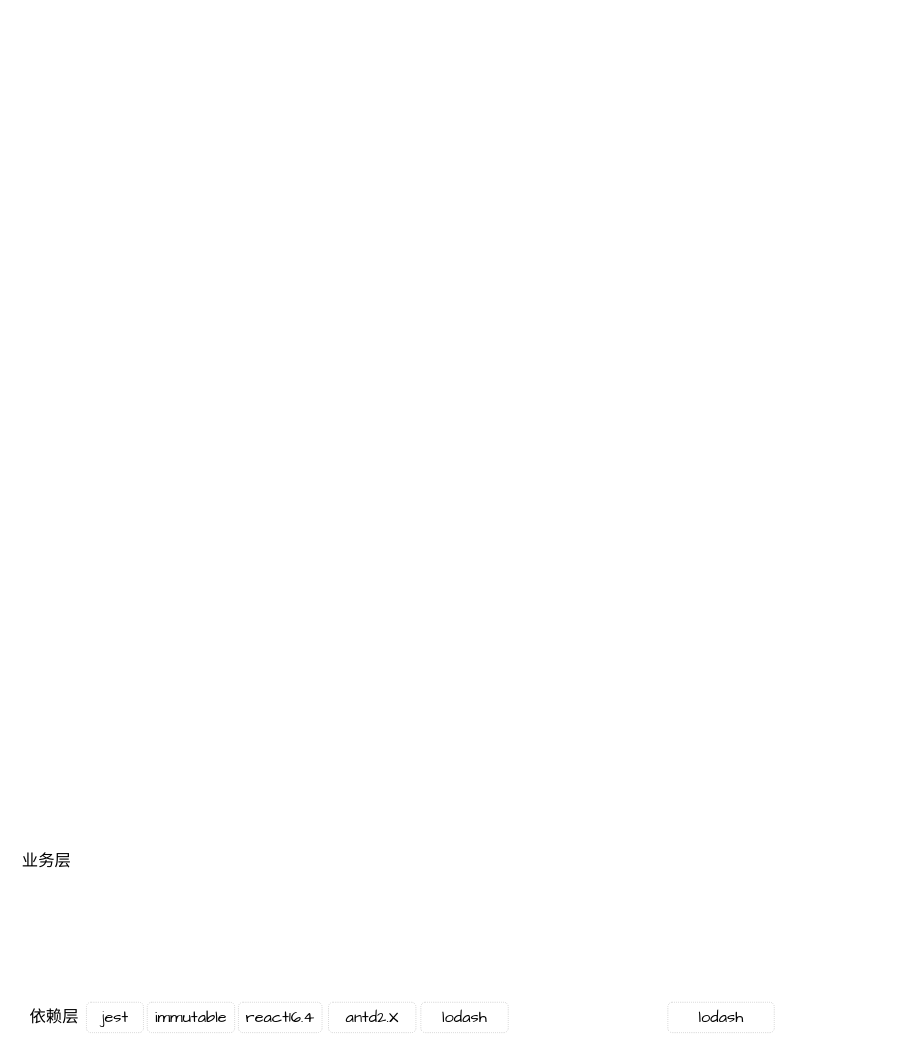
lambGirl/test-utils keeps this draw.io diagram as page "Page-1" (1 of 2) of Untitled Diagram.drawio. Above is the earlier version. Source tidied: cells renumbered, new cells numbered last; positions are measured from the earlier drawing's top-left corner, leaving out a move shared by most shapes. Both pictures are drawn from the tidied source at 38%, with x=0, y=0 at pixel (6, 842).
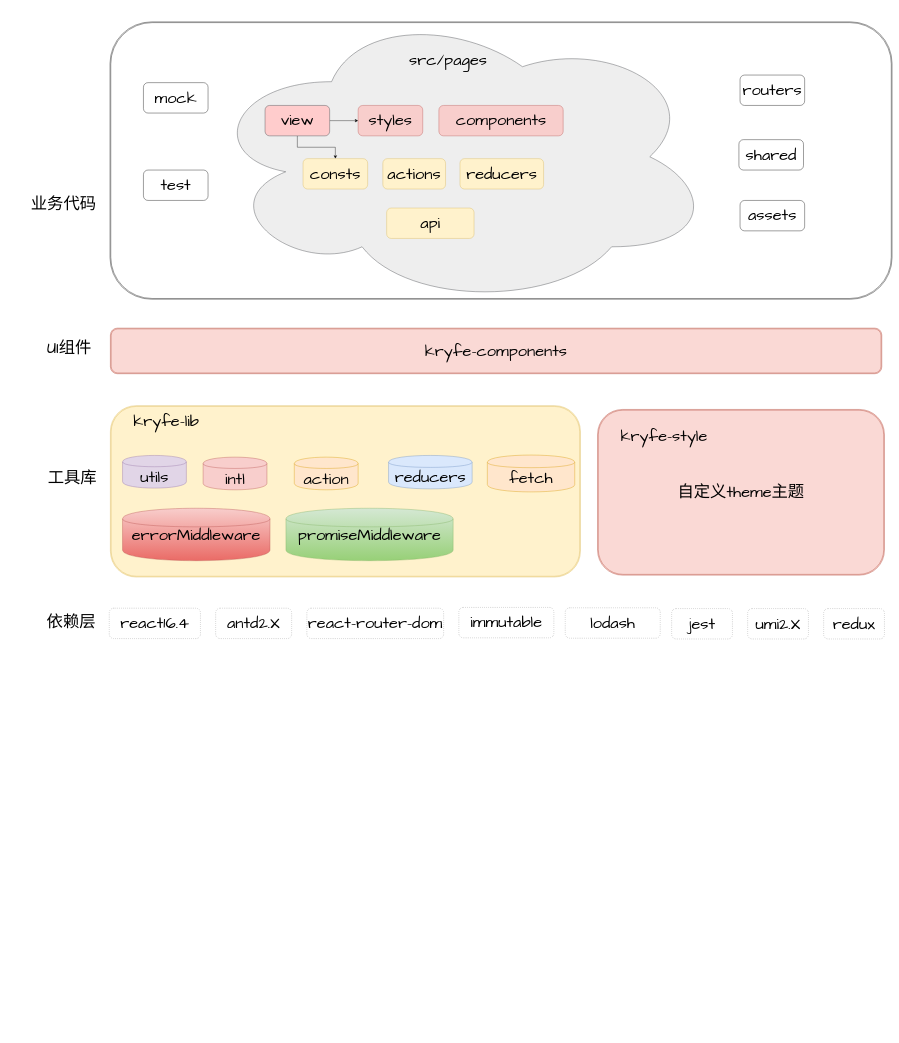
Above is the later version.

Change to the diagram source:
```diff
@@
     <mxCell id="2" value="依赖层" style="text;html=1;strokeColor=none;fillColor=none;align=center;verticalAlign=middle;whiteSpace=wrap;rounded=0;perimeterSpacing=10;fontSize=43;fontFamily=Comic Sans MS;" parent="1" vertex="1">
-      <mxGeometry x="20" y="410" width="210" height="100" as="geometry" />
+      <mxGeometry x="65" y="-629" width="210" height="100" as="geometry" />
     </mxCell>
-    <mxCell id="3" value="业务层" style="text;html=1;strokeColor=none;fillColor=none;align=center;verticalAlign=middle;whiteSpace=wrap;rounded=0;perimeterSpacing=10;fontSize=43;fontFamily=Comic Sans MS;" parent="1" vertex="1">
-      <mxGeometry width="210" height="100" as="geometry" />
+    <mxCell id="3" value="工具库" style="text;html=1;strokeColor=none;fillColor=none;align=center;verticalAlign=middle;whiteSpace=wrap;rounded=0;perimeterSpacing=10;fontSize=43;fontFamily=Comic Sans MS;" parent="1" vertex="1">
+      <mxGeometry x="73" y="-1010" width="200" height="100" as="geometry" />
     </mxCell>
     <mxCell id="4" value="jest" style="shape=ext;rounded=1;html=1;whiteSpace=wrap;dashed=1;dashPattern=1 4;fontFamily=Comic Sans MS;fontSize=43;" parent="1" vertex="1">
-      <mxGeometry x="210" y="420" width="150" height="80" as="geometry" />
+      <mxGeometry x="1750" y="-616" width="160" height="80" as="geometry" />
     </mxCell>
     <mxCell id="5" value="antd2.X" style="shape=ext;rounded=1;html=1;whiteSpace=wrap;dashed=1;dashPattern=1 4;fontFamily=Comic Sans MS;fontSize=43;" parent="1" vertex="1">
-      <mxGeometry x="847" y="420" width="230" height="80" as="geometry" />
+      <mxGeometry x="550" y="-617" width="200" height="80" as="geometry" />
     </mxCell>
     <mxCell id="6" value="react16.4" style="shape=ext;rounded=1;html=1;whiteSpace=wrap;dashed=1;dashPattern=1 4;fontFamily=Comic Sans MS;fontSize=43;" parent="1" vertex="1">
-      <mxGeometry x="610" y="420" width="220" height="80" as="geometry" />
+      <mxGeometry x="270" y="-617" width="240" height="80" as="geometry" />
     </mxCell>
     <mxCell id="7" value="immutable" style="shape=ext;rounded=1;html=1;whiteSpace=wrap;dashed=1;dashPattern=1 4;fontFamily=Comic Sans MS;fontSize=43;" parent="1" vertex="1">
-      <mxGeometry x="370" y="420" width="230" height="80" as="geometry" />
+      <mxGeometry x="1190" y="-619" width="250" height="80" as="geometry" />
     </mxCell>
     <mxCell id="8" value="lodash" style="shape=ext;rounded=1;html=1;whiteSpace=wrap;dashed=1;dashPattern=1 4;fontFamily=Comic Sans MS;fontSize=43;" parent="1" vertex="1">
-      <mxGeometry x="1090" y="420" width="230" height="80" as="geometry" />
+      <mxGeometry x="1470" y="-618" width="250" height="80" as="geometry" />
     </mxCell>
-    <mxCell id="9" value="lodash" style="shape=ext;rounded=1;html=1;whiteSpace=wrap;dashed=1;dashPattern=1 4;fontFamily=Comic Sans MS;fontSize=43;" parent="1" vertex="1">
-      <mxGeometry x="1740" y="420" width="280" height="80" as="geometry" />
+    <mxCell id="9" value="react-router-dom" style="shape=ext;rounded=1;html=1;whiteSpace=wrap;dashed=1;dashPattern=1 4;fontFamily=Comic Sans MS;fontSize=43;" parent="1" vertex="1">
+      <mxGeometry x="790" y="-617" width="360" height="80" as="geometry" />
     </mxCell>
+    <mxCell id="10" value="umi2.X" style="shape=ext;rounded=1;html=1;whiteSpace=wrap;dashed=1;dashPattern=1 4;fontFamily=Comic Sans MS;fontSize=43;" parent="1" vertex="1">
+      <mxGeometry x="1950" y="-616" width="160" height="80" as="geometry" />
+    </mxCell>
+    <mxCell id="11" value="redux" style="shape=ext;rounded=1;html=1;whiteSpace=wrap;dashed=1;dashPattern=1 4;fontFamily=Comic Sans MS;fontSize=43;" parent="1" vertex="1">
+      <mxGeometry x="2150" y="-616" width="160" height="80" as="geometry" />
+    </mxCell>
+    <mxCell id="12" style="shape=ext;rounded=1;double=1;fontFamily=Comic Sans MS;fontSize=43;labelBackgroundColor=none;labelBorderColor=none;fillColor=#fff2cc;strokeColor=#D6B656;" parent="1" vertex="1">
+      <mxGeometry x="273" y="-1150" width="1237" height="451" as="geometry" />
+    </mxCell>
+    <mxCell id="13" value="自定义theme主题" style="shape=ext;rounded=1;html=1;whiteSpace=wrap;double=1;fontFamily=Comic Sans MS;fontSize=43;fillColor=#fad9d5;strokeColor=#ae4132;" parent="1" vertex="1">
+      <mxGeometry x="1555" y="-1140" width="755" height="436" as="geometry" />
+    </mxCell>
+    <mxCell id="14" value="kryfe-lib" style="text;html=1;strokeColor=none;fillColor=none;align=center;verticalAlign=middle;whiteSpace=wrap;rounded=0;fontFamily=Comic Sans MS;fontSize=43;" parent="1" vertex="1">
+      <mxGeometry x="285" y="-1120" width="270" height="20" as="geometry" />
+    </mxCell>
+    <mxCell id="15" value="kryfe-style" style="text;html=1;strokeColor=none;fillColor=none;align=center;verticalAlign=middle;whiteSpace=wrap;rounded=0;fontFamily=Comic Sans MS;fontSize=43;" parent="1" vertex="1">
+      <mxGeometry x="1595" y="-1080" width="270" height="20" as="geometry" />
+    </mxCell>
+    <mxCell id="16" value="utils" style="shape=cylinder;whiteSpace=wrap;html=1;boundedLbl=1;backgroundOutline=1;fontFamily=Comic Sans MS;fontSize=43;verticalAlign=top;strokeWidth=1;fillColor=#e1d5e7;strokeColor=#9673a6;" parent="1" vertex="1">
+      <mxGeometry x="305" y="-1019" width="168" height="86" as="geometry" />
+    </mxCell>
+    <mxCell id="17" value="intl" style="shape=cylinder;whiteSpace=wrap;html=1;boundedLbl=1;backgroundOutline=1;fontFamily=Comic Sans MS;fontSize=43;verticalAlign=top;strokeWidth=1;fillColor=#f8cecc;strokeColor=#b85450;" parent="1" vertex="1">
+      <mxGeometry x="517" y="-1014.5" width="168" height="86" as="geometry" />
+    </mxCell>
+    <mxCell id="18" value="action" style="shape=cylinder;whiteSpace=wrap;html=1;boundedLbl=1;backgroundOutline=1;fontFamily=Comic Sans MS;fontSize=43;verticalAlign=top;strokeWidth=1;fillColor=#ffe6cc;strokeColor=#d79b00;" parent="1" vertex="1">
+      <mxGeometry x="757" y="-1014.5" width="168" height="86" as="geometry" />
+    </mxCell>
+    <mxCell id="19" value="reducers" style="shape=cylinder;whiteSpace=wrap;html=1;boundedLbl=1;backgroundOutline=1;fontFamily=Comic Sans MS;fontSize=43;verticalAlign=top;strokeWidth=1;fillColor=#dae8fc;strokeColor=#6c8ebf;" parent="1" vertex="1">
+      <mxGeometry x="1005" y="-1019" width="220" height="88" as="geometry" />
+    </mxCell>
+    <mxCell id="20" value="fetch" style="shape=cylinder;whiteSpace=wrap;html=1;boundedLbl=1;backgroundOutline=1;fontFamily=Comic Sans MS;fontSize=43;verticalAlign=top;strokeWidth=1;fillColor=#ffe6cc;strokeColor=#d79b00;" parent="1" vertex="1">
+      <mxGeometry x="1265" y="-1020" width="230" height="97" as="geometry" />
+    </mxCell>
+    <mxCell id="21" value="errorMiddleware" style="shape=cylinder;whiteSpace=wrap;html=1;boundedLbl=1;backgroundOutline=1;fontFamily=Comic Sans MS;fontSize=43;verticalAlign=top;strokeWidth=1;fillColor=#f8cecc;strokeColor=#b85450;gradientColor=#ea6b66;" parent="1" vertex="1">
+      <mxGeometry x="305" y="-880" width="388" height="138" as="geometry" />
+    </mxCell>
+    <mxCell id="22" value="promiseMiddleware" style="shape=cylinder;whiteSpace=wrap;html=1;boundedLbl=1;backgroundOutline=1;fontFamily=Comic Sans MS;fontSize=43;verticalAlign=top;strokeWidth=1;fillColor=#d5e8d4;strokeColor=#82b366;gradientColor=#97d077;" parent="1" vertex="1">
+      <mxGeometry x="735" y="-880" width="440" height="138" as="geometry" />
+    </mxCell>
+    <mxCell id="23" value="UI组件" style="text;html=1;strokeColor=none;fillColor=none;align=center;verticalAlign=middle;whiteSpace=wrap;rounded=0;perimeterSpacing=10;fontSize=43;fontFamily=Comic Sans MS;" parent="1" vertex="1">
+      <mxGeometry x="65" y="-1350" width="200" height="100" as="geometry" />
+    </mxCell>
+    <mxCell id="24" value="&lt;span&gt;kryfe-components&lt;/span&gt;" style="shape=ext;rounded=1;html=1;whiteSpace=wrap;double=1;fontFamily=Comic Sans MS;fontSize=43;fillColor=#fad9d5;strokeColor=#ae4132;" parent="1" vertex="1">
+      <mxGeometry x="273" y="-1354" width="2030" height="120" as="geometry" />
+    </mxCell>
+    <mxCell id="25" value="业务代码" style="text;html=1;strokeColor=none;fillColor=none;align=center;verticalAlign=middle;whiteSpace=wrap;rounded=0;perimeterSpacing=10;fontSize=43;fontFamily=Comic Sans MS;" parent="1" vertex="1">
+      <mxGeometry x="50" y="-1730" width="200" height="100" as="geometry" />
+    </mxCell>
+    <mxCell id="26" style="shape=ext;rounded=1;html=1;whiteSpace=wrap;double=1;fontFamily=Comic Sans MS;fontSize=43;fillColor=none;" parent="1" vertex="1">
+      <mxGeometry x="272" y="-2160" width="2058" height="730" as="geometry" />
+    </mxCell>
+    <mxCell id="27" value="&lt;font color=&quot;#000000&quot;&gt;mock&lt;/font&gt;" style="rounded=1;whiteSpace=wrap;html=1;labelBackgroundColor=none;fontFamily=Comic Sans MS;fontSize=43;" parent="1" vertex="1">
+      <mxGeometry x="360" y="-2000" width="170" height="80" as="geometry" />
+    </mxCell>
+    <mxCell id="28" value="test" style="rounded=1;whiteSpace=wrap;html=1;labelBackgroundColor=none;fontFamily=Comic Sans MS;fontSize=43;" parent="1" vertex="1">
+      <mxGeometry x="360" y="-1770" width="170" height="80" as="geometry" />
+    </mxCell>
+    <mxCell id="29" style="ellipse;shape=cloud;whiteSpace=wrap;html=1;labelBackgroundColor=none;strokeColor=#36393d;fontFamily=Comic Sans MS;fontSize=43;fillColor=#eeeeee;" parent="1" vertex="1">
+      <mxGeometry x="520" y="-2200" width="1340" height="790" as="geometry" />
+    </mxCell>
+    <mxCell id="30" style="edgeStyle=orthogonalEdgeStyle;rounded=0;jettySize=auto;html=1;fontFamily=Comic Sans MS;fontSize=43;fontColor=#FAFFFD;" parent="1" edge="1" source="32" target="36">
+      <mxGeometry relative="1" as="geometry" />
+    </mxCell>
+    <mxCell id="31" style="edgeStyle=orthogonalEdgeStyle;rounded=0;jettySize=auto;html=1;fontFamily=Comic Sans MS;fontSize=43;fontColor=#FAFFFD;" parent="1" edge="1" source="32" target="34">
+      <mxGeometry relative="1" as="geometry" />
+    </mxCell>
+    <mxCell id="32" value="view" style="rounded=1;whiteSpace=wrap;html=1;labelBackgroundColor=none;fontFamily=Comic Sans MS;fontSize=43;fillColor=#ffcccc;strokeColor=#36393d;" parent="1" vertex="1">
+      <mxGeometry x="680" y="-1940" width="170" height="80" as="geometry" />
+    </mxCell>
+    <mxCell id="33" value="src/pages" style="text;html=1;strokeColor=none;fillColor=none;align=center;verticalAlign=middle;whiteSpace=wrap;rounded=0;fontFamily=Comic Sans MS;fontSize=43;" parent="1" vertex="1">
+      <mxGeometry x="1027" y="-2070" width="270" height="20" as="geometry" />
+    </mxCell>
+    <mxCell id="34" value="styles" style="rounded=1;whiteSpace=wrap;html=1;labelBackgroundColor=none;fontFamily=Comic Sans MS;fontSize=43;fillColor=#f8cecc;strokeColor=#b85450;" parent="1" vertex="1">
+      <mxGeometry x="925" y="-1940" width="170" height="80" as="geometry" />
+    </mxCell>
+    <mxCell id="35" value="components" style="rounded=1;whiteSpace=wrap;html=1;labelBackgroundColor=none;fontFamily=Comic Sans MS;fontSize=43;fillColor=#f8cecc;strokeColor=#b85450;" parent="1" vertex="1">
+      <mxGeometry x="1137.5" y="-1940" width="327" height="80" as="geometry" />
+    </mxCell>
+    <mxCell id="36" value="consts" style="rounded=1;whiteSpace=wrap;html=1;labelBackgroundColor=none;fontFamily=Comic Sans MS;fontSize=43;fillColor=#fff2cc;strokeColor=#d6b656;" parent="1" vertex="1">
+      <mxGeometry x="780" y="-1800" width="170" height="80" as="geometry" />
+    </mxCell>
+    <mxCell id="37" value="actions" style="rounded=1;whiteSpace=wrap;html=1;labelBackgroundColor=none;fontFamily=Comic Sans MS;fontSize=43;fillColor=#fff2cc;strokeColor=#d6b656;" parent="1" vertex="1">
+      <mxGeometry x="990" y="-1800" width="165" height="80" as="geometry" />
+    </mxCell>
+    <mxCell id="38" value="reducers" style="rounded=1;whiteSpace=wrap;html=1;labelBackgroundColor=none;fontFamily=Comic Sans MS;fontSize=43;fillColor=#fff2cc;strokeColor=#d6b656;" parent="1" vertex="1">
+      <mxGeometry x="1193" y="-1800" width="220" height="80" as="geometry" />
+    </mxCell>
+    <mxCell id="39" value="api" style="rounded=1;whiteSpace=wrap;html=1;labelBackgroundColor=none;fontFamily=Comic Sans MS;fontSize=43;fillColor=#fff2cc;strokeColor=#d6b656;" parent="1" vertex="1">
+      <mxGeometry x="1000" y="-1670" width="230" height="80" as="geometry" />
+    </mxCell>
+    <mxCell id="40" value="routers" style="rounded=1;whiteSpace=wrap;html=1;labelBackgroundColor=none;fontFamily=Comic Sans MS;fontSize=43;" parent="1" vertex="1">
+      <mxGeometry x="1930" y="-2020" width="170" height="80" as="geometry" />
+    </mxCell>
+    <mxCell id="41" value="shared" style="rounded=1;whiteSpace=wrap;html=1;labelBackgroundColor=none;fontFamily=Comic Sans MS;fontSize=43;" parent="1" vertex="1">
+      <mxGeometry x="1927" y="-1850" width="170" height="80" as="geometry" />
+    </mxCell>
+    <mxCell id="42" value="assets" style="rounded=1;whiteSpace=wrap;html=1;labelBackgroundColor=none;fontFamily=Comic Sans MS;fontSize=43;" parent="1" vertex="1">
+      <mxGeometry x="1930" y="-1690" width="170" height="80" as="geometry" />
+    </mxCell>
```
